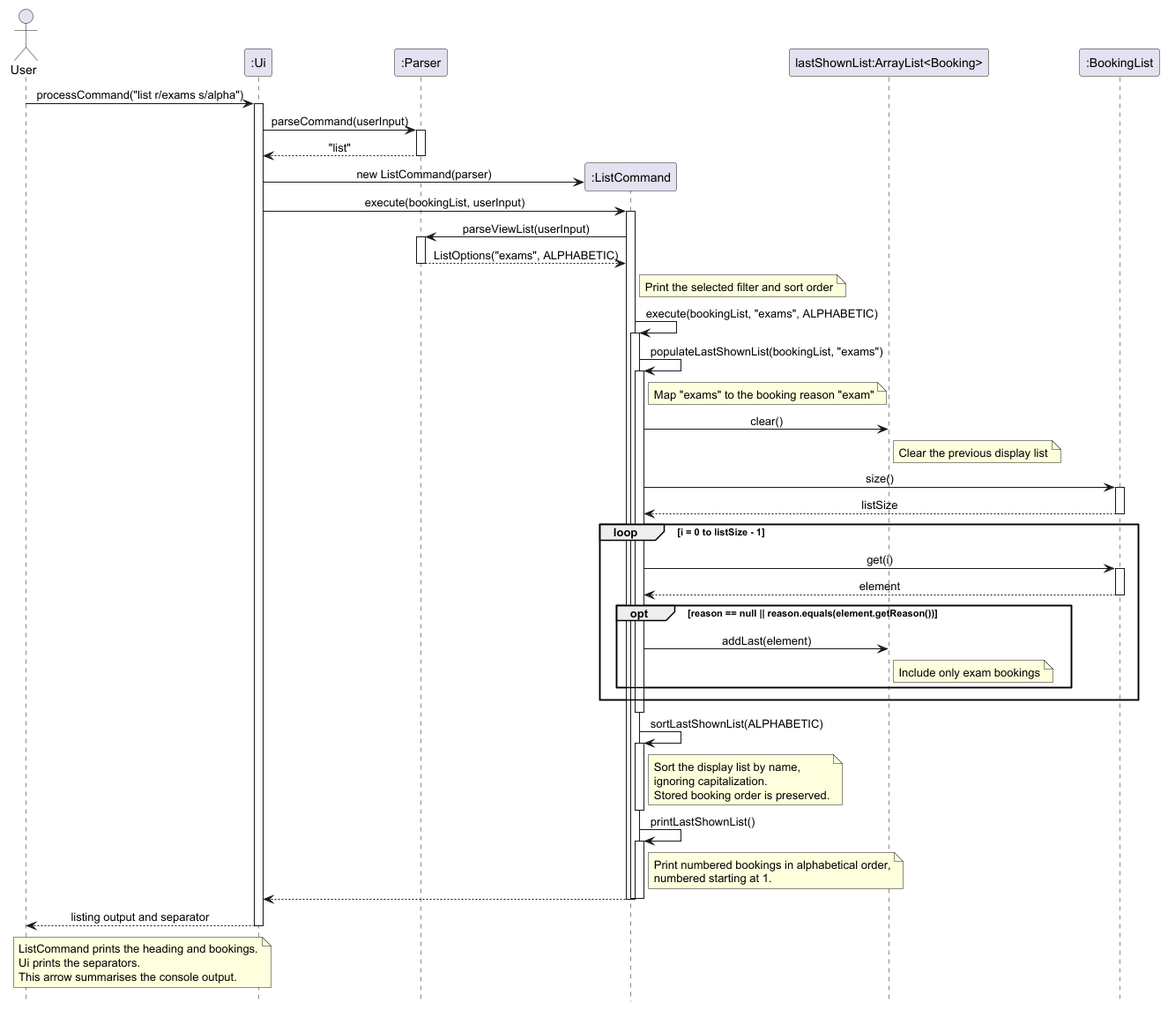
AY2627S1-CS2113-W14-2/tp keeps this PlantUML diagram as docs/UMLDiagrams/ListCommandSequenceDiagram.png. Above is the earlier version.
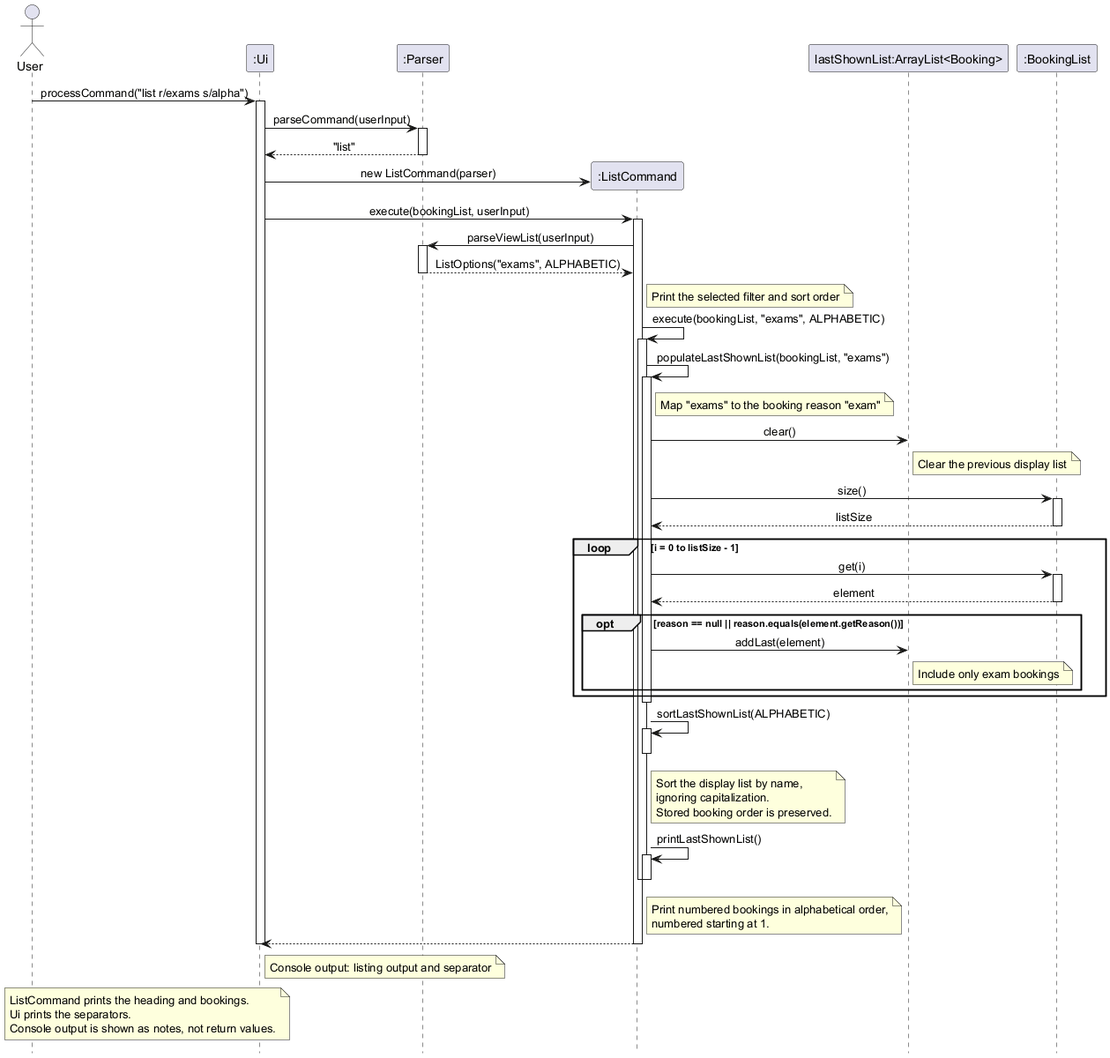
After the commit.

The edit, as a diff of the source:
```diff
@@ -85,12 +85,12 @@
 List --> UI
 deactivate List
 
-UI --> User: listing output and separator
+note right of UI: Console output: listing output and separator
 
 note over User, UI
 ListCommand prints the heading and bookings.
 Ui prints the separators.
-This arrow summarises the console output.
+Console output is shown as notes, not return values.
 end note
 
 deactivate UI
```
